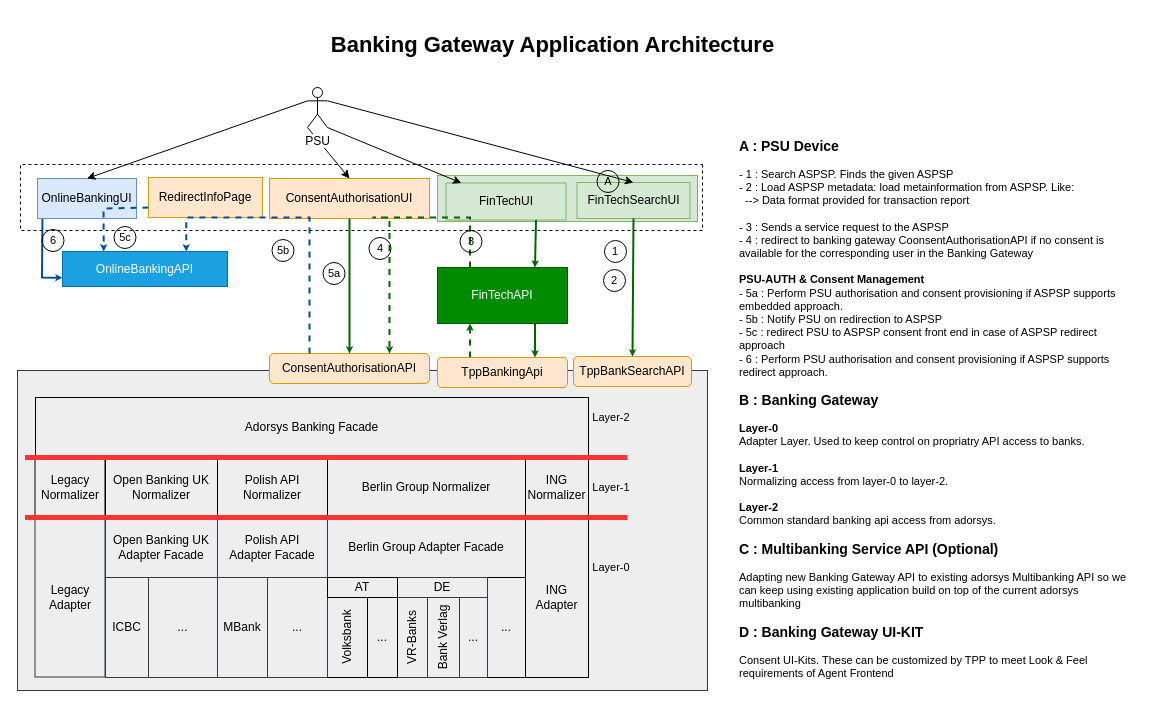
Before: page "BankingGatewayBigPicture" (1 of 2) of docs/architecture/big-picture.drawio in adorsys/open-banking-gateway, a draw.io diagram. Source tidied: cells renumbered, new cells numbered last; positions are measured from the earlier drawing's top-left corner, leaving out a move shared by most shapes. Both pictures are drawn from the tidied source at 100%, with x=0, y=0 at pixel (17, -144).
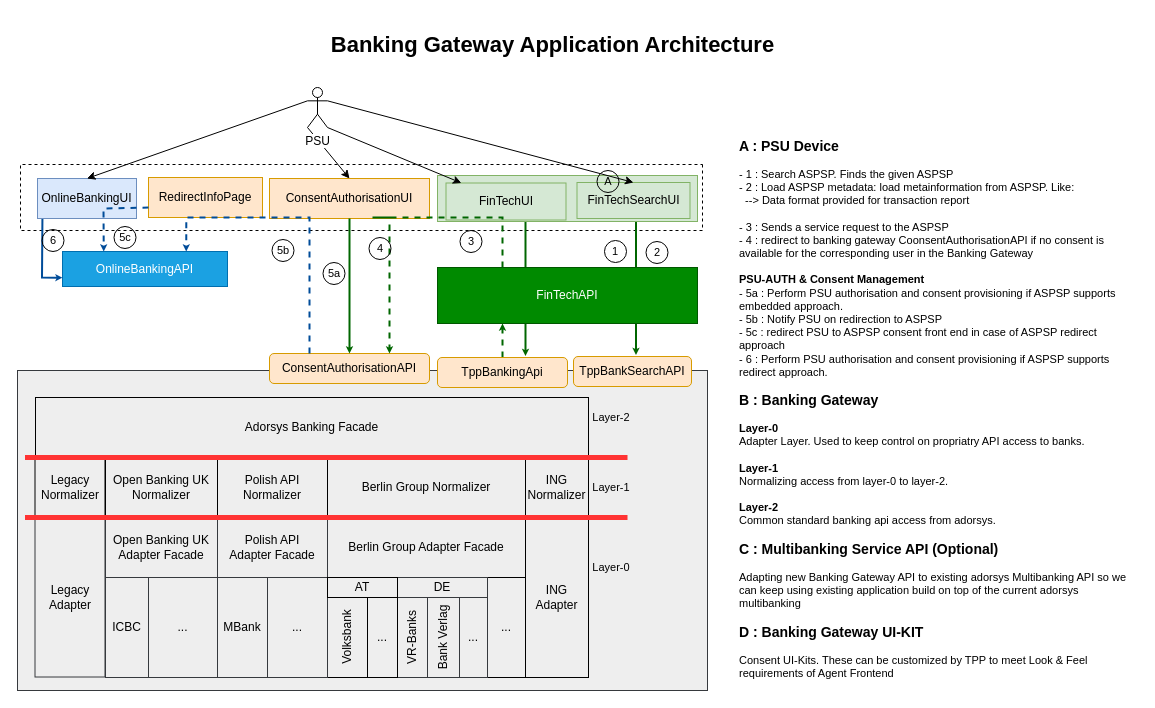
The same page after the edit.

Unchanged cells that the change refers to:
```xml
<mxCell id="24" value="FinTechSearchUI" style="rounded=0;whiteSpace=wrap;html=1;fillColor=#d5e8d4;strokeColor=#82b366;fontColor=#000000;" parent="1" vertex="1">
  <mxGeometry x="559.5" y="326" width="113" height="36" as="geometry" />
</mxCell>
<mxCell id="25" value="FinTechUI" style="rounded=0;whiteSpace=wrap;html=1;rotation=0;fillColor=#d5e8d4;strokeColor=#82b366;fontColor=#000000;" parent="1" vertex="1">
  <mxGeometry x="428.5" y="326.5" width="120" height="37" as="geometry" />
</mxCell>
<mxCell id="28" value="TppBankSearchAPI" style="rounded=1;whiteSpace=wrap;html=1;rotation=0;fillColor=#ffe6cc;strokeColor=#d79b00;fontColor=#000000;" parent="1" vertex="1">
  <mxGeometry x="556" y="500" width="118" height="30" as="geometry" />
</mxCell>
<mxCell id="34" value="TppBankingApi" style="rounded=1;whiteSpace=wrap;html=1;rotation=0;fillColor=#ffe6cc;strokeColor=#d79b00;fontColor=#000000;" parent="1" vertex="1">
  <mxGeometry x="420" y="501" width="130" height="30" as="geometry" />
</mxCell>
```

The edit, as a diff of the source:
```diff
@@
+    <mxCell id="68" style="edgeStyle=orthogonalEdgeStyle;rounded=0;orthogonalLoop=1;jettySize=auto;html=1;exitX=0.5;exitY=1;exitDx=0;exitDy=0;endSize=1;strokeColor=#006600;strokeWidth=2;fontSize=11;fontColor=#000000;" parent="1" edge="1">
+      <mxGeometry relative="1" as="geometry">
+        <mxPoint x="508" y="364.5" as="sourcePoint" />
+        <mxPoint x="508" y="499.5" as="targetPoint" />
+      </mxGeometry>
+    </mxCell>
+    <mxCell id="69" style="edgeStyle=orthogonalEdgeStyle;rounded=0;orthogonalLoop=1;jettySize=auto;html=1;exitX=0.5;exitY=1;exitDx=0;exitDy=0;endSize=1;strokeColor=#006600;strokeWidth=2;fontSize=11;fontColor=#000000;" parent="1" edge="1">
+      <mxGeometry relative="1" as="geometry">
+        <mxPoint x="618.5" y="363.5" as="sourcePoint" />
+        <mxPoint x="618.5" y="498.5" as="targetPoint" />
+      </mxGeometry>
+    </mxCell>
@@
     <mxCell id="26" value="FinTechAPI" style="rounded=0;whiteSpace=wrap;html=1;rotation=0;fillColor=#008a00;strokeColor=#005700;fontColor=#ffffff;" parent="1" vertex="1">
-      <mxGeometry x="420" y="411" width="130" height="56" as="geometry" />
+      <mxGeometry x="420" y="411" width="260" height="56" as="geometry" />
     </mxCell>
-    <mxCell id="27" style="edgeStyle=none;rounded=0;jettySize=auto;html=1;exitX=0.75;exitY=1;exitDx=0;exitDy=0;entryX=0.75;entryY=0;entryDx=0;entryDy=0;endSize=1;strokeColor=#006600;strokeWidth=2;fontSize=11;fontColor=#000000;" parent="1" edge="1" source="25" target="26">
-      <mxGeometry relative="1" as="geometry" />
-    </mxCell>
@@
-    <mxCell id="29" style="rounded=0;jettySize=auto;html=1;exitX=0.5;exitY=1;exitDx=0;exitDy=0;entryX=0.5;entryY=0;entryDx=0;entryDy=0;endSize=1;strokeColor=#006600;strokeWidth=2;fontSize=11;fontColor=#000000;" parent="1" edge="1" source="24" target="28">
-      <mxGeometry relative="1" as="geometry" />
-    </mxCell>
@@
-    <mxCell id="33" style="edgeStyle=none;rounded=0;jettySize=auto;html=1;exitX=0.25;exitY=0;exitDx=0;exitDy=0;entryX=0.25;entryY=1;entryDx=0;entryDy=0;dashed=1;endSize=1;strokeColor=#006600;strokeWidth=2;fontSize=11;fontColor=#000000;" parent="1" edge="1" source="34" target="26">
+    <mxCell id="33" style="edgeStyle=orthogonalEdgeStyle;rounded=0;jettySize=auto;html=1;exitX=0.5;exitY=0;exitDx=0;exitDy=0;entryX=0.25;entryY=1;entryDx=0;entryDy=0;startArrow=none;startFill=0;endArrow=classic;endFill=1;endSize=1;strokeColor=#006600;strokeWidth=2;fontColor=#FFFFFF;dashed=1;" parent="1" edge="1" source="34" target="26">
       <mxGeometry relative="1" as="geometry" />
     </mxCell>
@@
-    <mxCell id="35" style="edgeStyle=none;rounded=0;jettySize=auto;html=1;exitX=0.75;exitY=1;exitDx=0;exitDy=0;entryX=0.75;entryY=0;entryDx=0;entryDy=0;endSize=1;strokeColor=#006600;strokeWidth=2;fontSize=11;fontColor=#000000;" parent="1" edge="1" source="26" target="34">
-      <mxGeometry relative="1" as="geometry" />
-    </mxCell>
@@
     <mxCell id="43" value="2" style="ellipse;whiteSpace=wrap;html=1;strokeColor=#000000;strokeWidth=1;fillColor=none;fontSize=11;fontColor=#000000;" parent="1" vertex="1">
-      <mxGeometry x="586" y="413" width="22" height="22" as="geometry" />
+      <mxGeometry x="628.5" y="385" width="22" height="22" as="geometry" />
     </mxCell>
```
